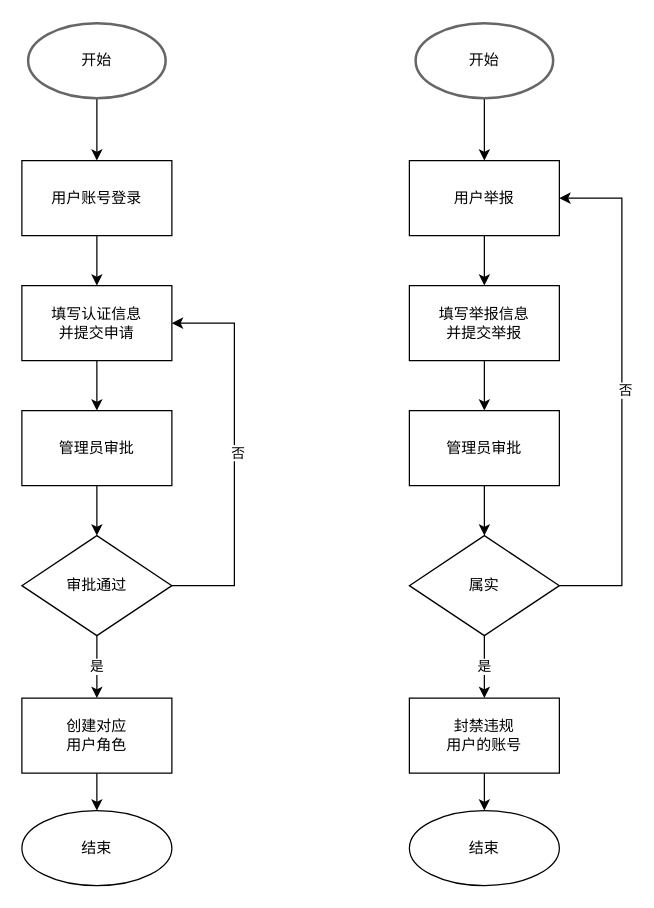
The draw.io diagram user_manage_verify_fc.drawio in JohnnyLin12/GJR_BBS, before the edit. Source tidied: cells renumbered, new cells numbered last; positions are measured from the earlier drawing's top-left corner, leaving out a move shared by most shapes. Both pictures are drawn from the tidied source at 125%, with x=0, y=0 at pixel (21, 22).
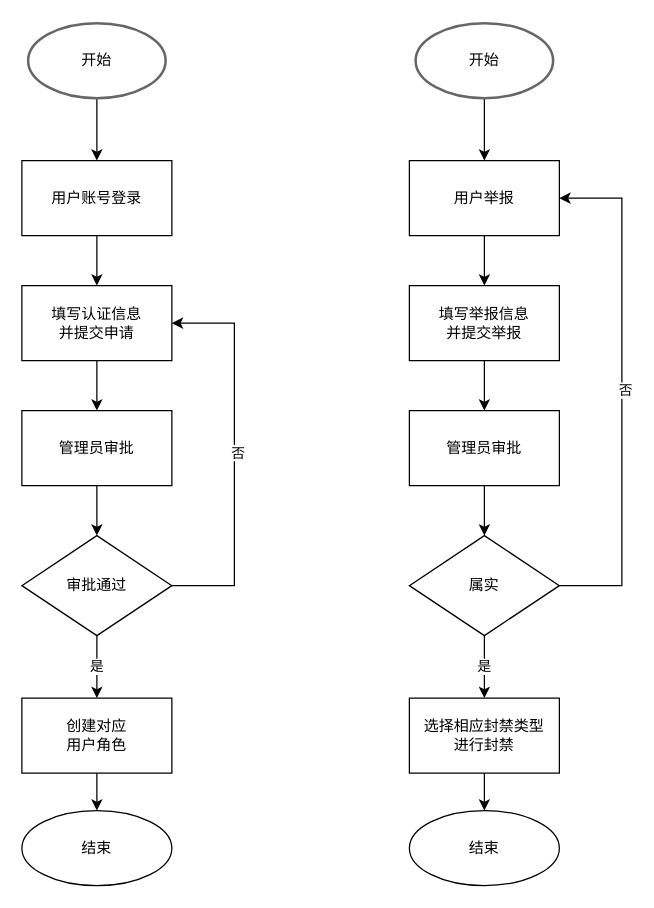
After the change.

Change to the diagram source:
```diff
@@
-    <mxCell id="28" value="封禁违规&lt;br&gt;用户的账号" style="whiteSpace=wrap;html=1;rounded=0;glass=0;strokeWidth=1;shadow=0;" parent="1" vertex="1">
+    <mxCell id="28" value="选择相应封禁类型&lt;br&gt;进行封禁" style="whiteSpace=wrap;html=1;rounded=0;glass=0;strokeWidth=1;shadow=0;" parent="1" vertex="1">
       <mxGeometry x="310" y="540" width="120" height="60" as="geometry" />
     </mxCell>
```
